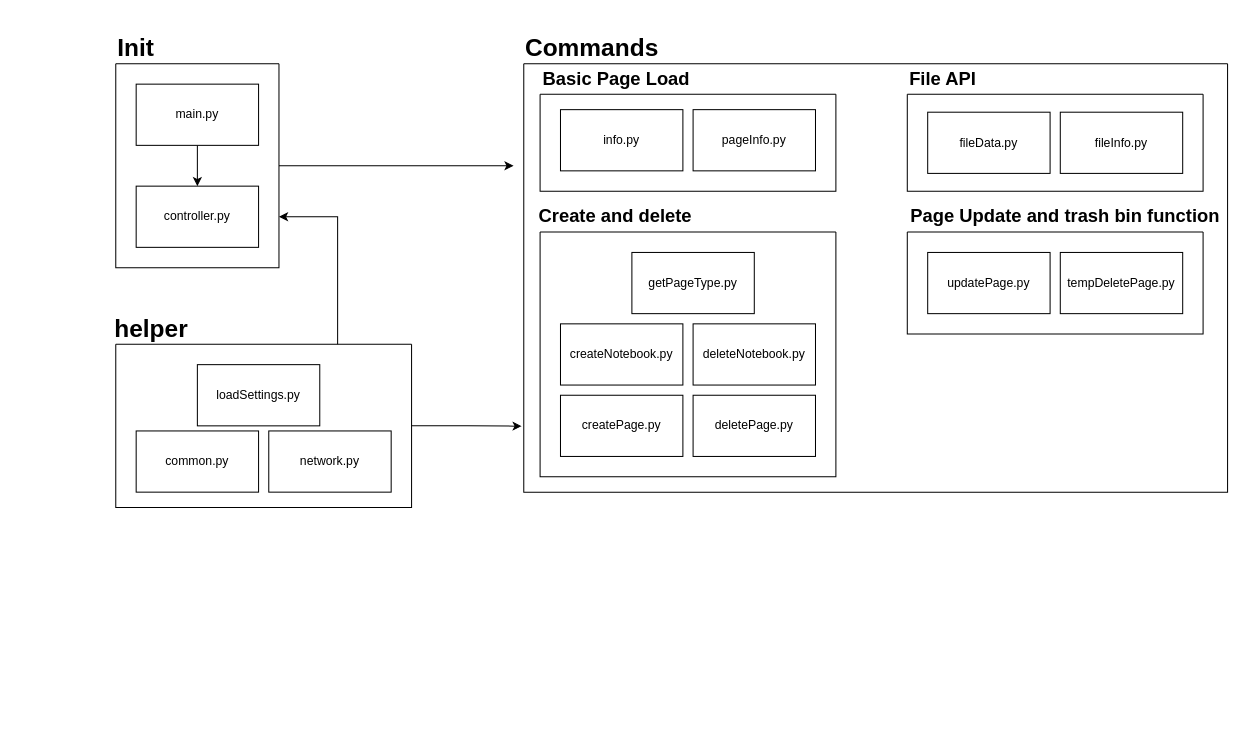
The draw.io diagram page "Backend" (3 of 4) of firstPrototype/note/architecture.drawio in hello30190f/OneNoteAlternative, before the edit. Source tidied: cells renumbered, new cells numbered last; positions are measured from the earlier drawing's top-left corner, leaving out a move shared by most shapes. Both pictures are drawn from the tidied source at 102%, with x=0, y=0 at pixel (115, 33).
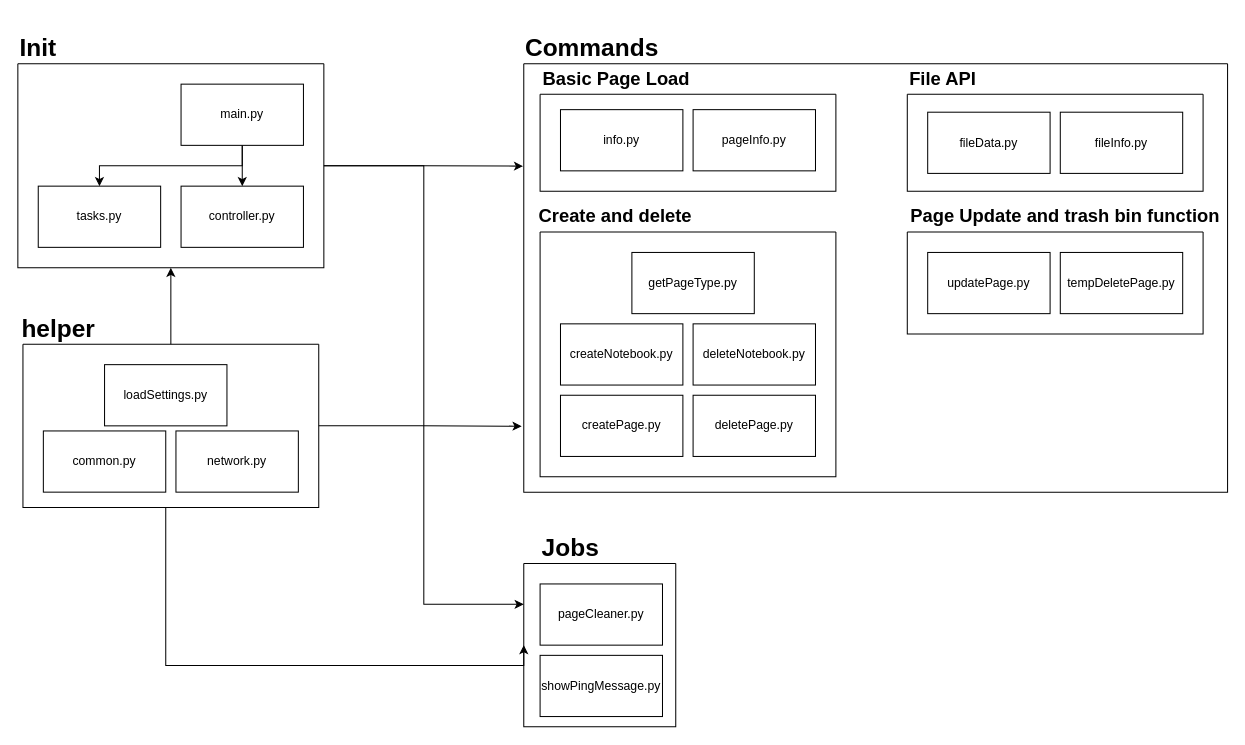
The same page after the edit.

The change refers to these unchanged cells:
```xml
<mxCell id="33" style="swimlane;startSize=0;" parent="1" vertex="1">
  <mxGeometry x="400" y="30" width="690" height="420" as="geometry" />
</mxCell>
```

Diff of the diagram source:
```diff
@@
+    <mxCell id="36" style="edgeStyle=orthogonalEdgeStyle;rounded=0;jettySize=auto;html=1;" parent="1" edge="1" source="3" target="38">
+      <mxGeometry relative="1" as="geometry">
+        <Array as="points">
+          <mxPoint x="124" y="130" />
+          <mxPoint x="-16" y="130" />
+        </Array>
+      </mxGeometry>
+    </mxCell>
     <mxCell id="3" value="main.py" style="whiteSpace=wrap;html=1;" parent="1" vertex="1">
-      <mxGeometry x="20" y="50" width="120" height="60" as="geometry" />
+      <mxGeometry x="64" y="50" width="120" height="60" as="geometry" />
     </mxCell>
     <mxCell id="4" value="controller.py" style="whiteSpace=wrap;html=1;" parent="1" vertex="1">
-      <mxGeometry x="20" y="150" width="120" height="60" as="geometry" />
+      <mxGeometry x="64" y="150" width="120" height="60" as="geometry" />
     </mxCell>
     <mxCell id="5" value="common.py" style="whiteSpace=wrap;html=1;" parent="1" vertex="1">
-      <mxGeometry x="20" y="390" width="120" height="60" as="geometry" />
+      <mxGeometry x="-71" y="390" width="120" height="60" as="geometry" />
     </mxCell>
     <mxCell id="6" value="loadSettings.py" style="whiteSpace=wrap;html=1;" parent="1" vertex="1">
-      <mxGeometry x="80" y="325" width="120" height="60" as="geometry" />
+      <mxGeometry x="-11" y="325" width="120" height="60" as="geometry" />
     </mxCell>
     <mxCell id="7" value="network.py" style="whiteSpace=wrap;html=1;" parent="1" vertex="1">
-      <mxGeometry x="150" y="390" width="120" height="60" as="geometry" />
+      <mxGeometry x="59" y="390" width="120" height="60" as="geometry" />
     </mxCell>
@@
-    <mxCell id="19" style="edgeStyle=orthogonalEdgeStyle;rounded=0;jettySize=auto;html=1;" parent="1" edge="1" source="20">
-      <mxGeometry relative="1" as="geometry">
-        <mxPoint x="390" y="130" as="targetPoint" />
-      </mxGeometry>
-    </mxCell>
+    <mxCell id="37" style="edgeStyle=orthogonalEdgeStyle;rounded=0;jettySize=auto;html=1;entryX=0;entryY=0.25;entryDx=0;entryDy=0;" parent="1" edge="1" source="20" target="42">
+      <mxGeometry relative="1" as="geometry" />
+    </mxCell>
     <mxCell id="20" style="swimlane;startSize=0;" parent="1" vertex="1">
-      <mxGeometry y="30" width="160" height="200" as="geometry" />
+      <mxGeometry x="-96" y="30" width="300" height="200" as="geometry" />
     </mxCell>
@@
+    <mxCell id="38" value="tasks.py" style="rounded=0;whiteSpace=wrap;html=1;" parent="20" vertex="1">
+      <mxGeometry x="20" y="120" width="120" height="60" as="geometry" />
+    </mxCell>
-    <mxCell id="22" style="edgeStyle=orthogonalEdgeStyle;rounded=0;jettySize=auto;html=1;exitX=0.75;exitY=0;exitDx=0;exitDy=0;entryX=1;entryY=0.75;entryDx=0;entryDy=0;" parent="1" edge="1" source="23" target="20">
+    <mxCell id="22" style="edgeStyle=orthogonalEdgeStyle;rounded=0;jettySize=auto;html=1;entryX=0.5;entryY=1;entryDx=0;entryDy=0;" parent="1" edge="1" source="23" target="20">
       <mxGeometry relative="1" as="geometry" />
     </mxCell>
+    <mxCell id="39" style="edgeStyle=orthogonalEdgeStyle;rounded=0;jettySize=auto;html=1;entryX=0;entryY=0.5;entryDx=0;entryDy=0;" parent="1" edge="1" source="23" target="42">
+      <mxGeometry relative="1" as="geometry">
+        <Array as="points">
+          <mxPoint x="49" y="620" />
+        </Array>
+      </mxGeometry>
+    </mxCell>
     <mxCell id="23" style="swimlane;startSize=0;" parent="1" vertex="1">
-      <mxGeometry y="305" width="290" height="160" as="geometry" />
+      <mxGeometry x="-91" y="305" width="290" height="160" as="geometry" />
     </mxCell>
     <mxCell id="24" value="&lt;h1&gt;helper&lt;/h1&gt;" style="text;html=1;align=center;verticalAlign=middle;whiteSpace=wrap;rounded=0;" parent="1" vertex="1">
-      <mxGeometry y="275" width="70" height="30" as="geometry" />
+      <mxGeometry x="-91" y="275" width="70" height="30" as="geometry" />
     </mxCell>
@@
+    <mxCell id="40" value="&lt;h1&gt;Jobs&lt;/h1&gt;" style="text;html=1;align=center;verticalAlign=middle;whiteSpace=wrap;rounded=0;" parent="1" vertex="1">
+      <mxGeometry x="416" y="490" width="60" height="30" as="geometry" />
+    </mxCell>
+    <mxCell id="41" style="edgeStyle=orthogonalEdgeStyle;rounded=0;jettySize=auto;html=1;entryX=-0.001;entryY=0.239;entryDx=0;entryDy=0;entryPerimeter=0;" parent="1" edge="1" source="20" target="33">
+      <mxGeometry relative="1" as="geometry" />
+    </mxCell>
+    <mxCell id="42" style="swimlane;startSize=0;" parent="1" vertex="1">
+      <mxGeometry x="400" y="520" width="149" height="160" as="geometry" />
+    </mxCell>
+    <mxCell id="43" value="pageCleaner.py" style="rounded=0;whiteSpace=wrap;html=1;" parent="42" vertex="1">
+      <mxGeometry x="16" y="20" width="120" height="60" as="geometry" />
+    </mxCell>
+    <mxCell id="44" value="showPingMessage.py" style="rounded=0;whiteSpace=wrap;html=1;" parent="42" vertex="1">
+      <mxGeometry x="16" y="90" width="120" height="60" as="geometry" />
+    </mxCell>
```
